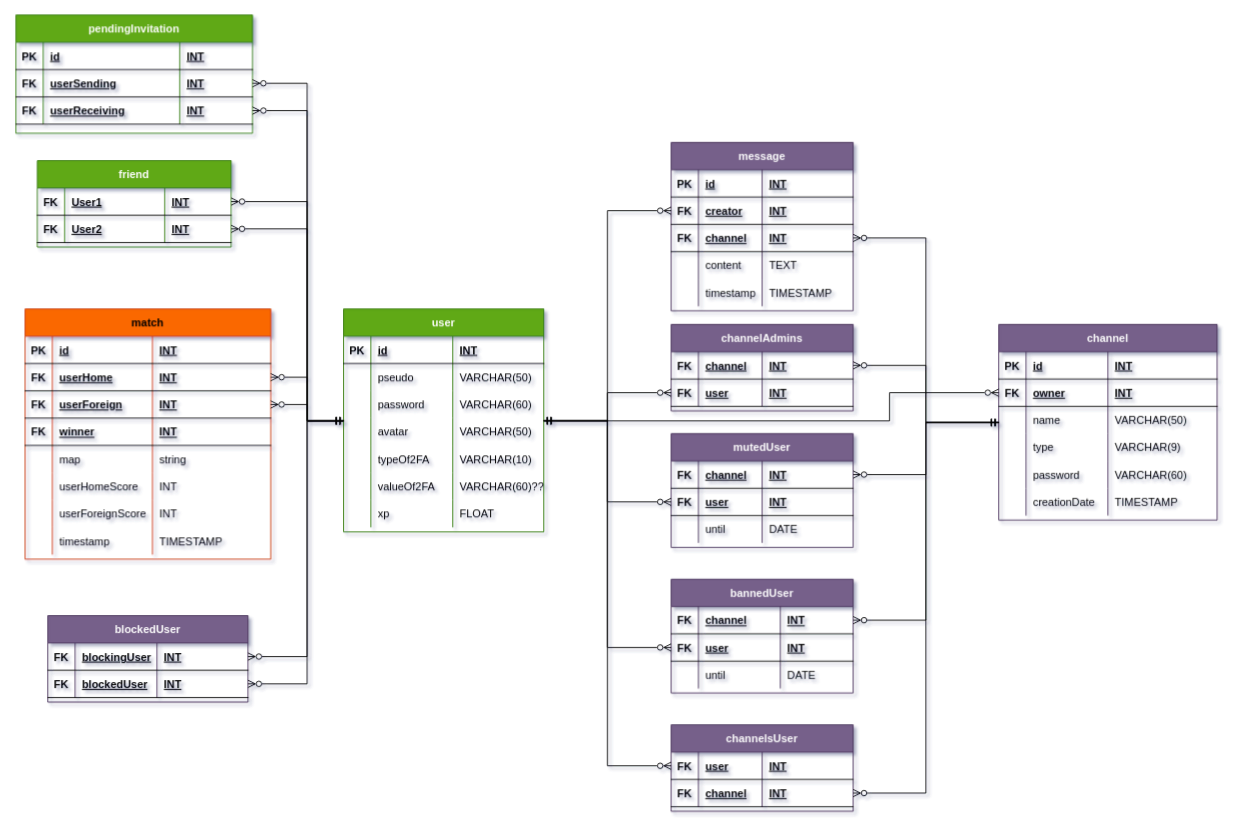
Before: docs/database.drawio in frdescam/transcendence, a draw.io diagram. Source tidied: cells renumbered, new cells numbered last; positions are measured from the earlier drawing's top-left corner, leaving out a move shared by most shapes. Both pictures are drawn from the tidied source at 91%, with x=0, y=0 at pixel (15, 15).
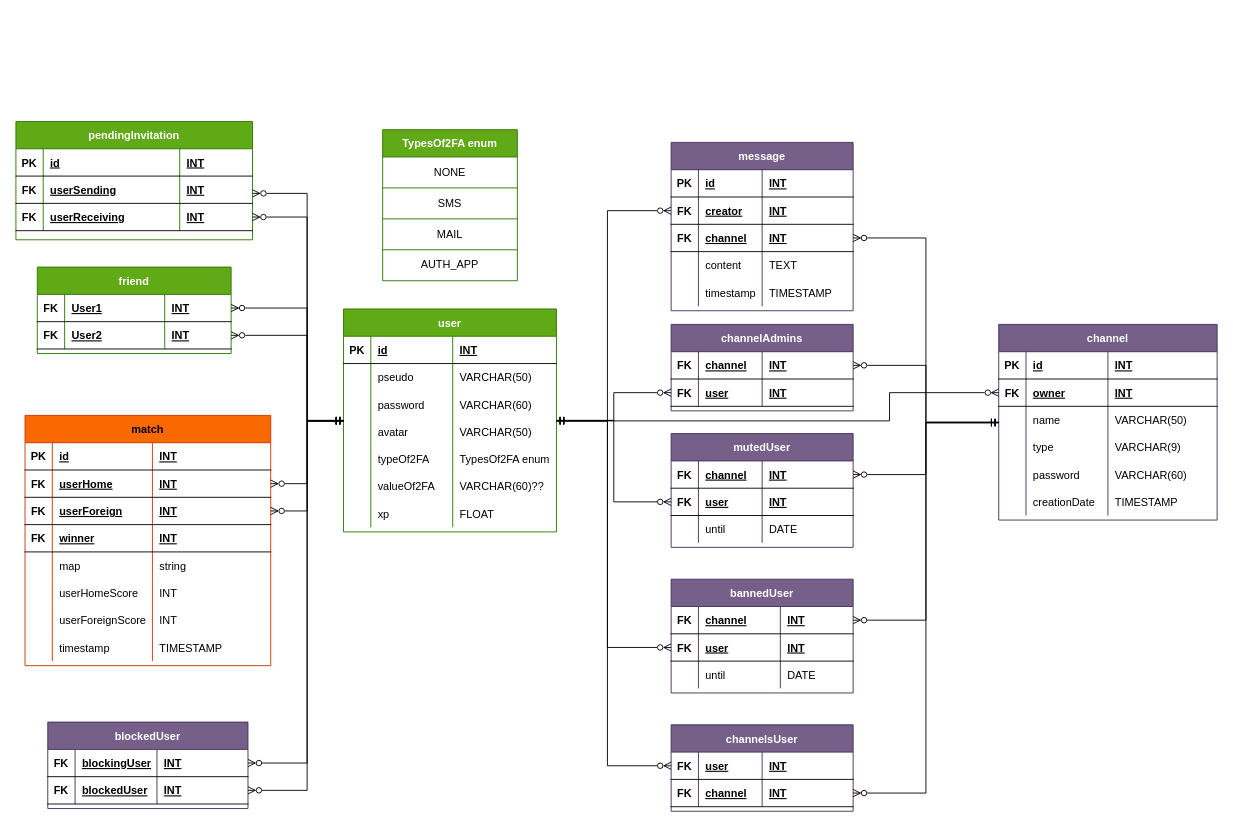
After the change.

The change refers to these unchanged cells:
```xml
<mxCell id="120" style="shape=partialRectangle;fillColor=none;top=0;left=0;bottom=1;right=0;points=[[0,0.5],[1,0.5]];portConstraint=eastwest;rounded=0;" parent="119" vertex="1">
  <mxGeometry y="30" width="220" height="30" as="geometry" />
</mxCell>
<mxCell id="124" style="shape=partialRectangle;fillColor=none;top=0;left=0;bottom=1;right=0;points=[[0,0.5],[1,0.5]];portConstraint=eastwest;rounded=0;" parent="119" vertex="1">
  <mxGeometry y="60" width="220" height="30" as="geometry" />
</mxCell>
<mxCell id="129" style="shape=partialRectangle;fillColor=none;top=0;left=0;bottom=1;right=0;points=[[0,0.5],[1,0.5]];portConstraint=eastwest;rounded=0;" parent="128" vertex="1">
  <mxGeometry y="30" width="213" height="30" as="geometry" />
</mxCell>
<mxCell id="133" style="shape=partialRectangle;fillColor=none;top=0;left=0;bottom=1;right=0;points=[[0,0.5],[1,0.5]];portConstraint=eastwest;rounded=0;" parent="128" vertex="1">
  <mxGeometry y="60" width="213" height="30" as="geometry" />
</mxCell>
<mxCell id="177" style="shape=partialRectangle;fillColor=none;top=0;left=0;bottom=1;right=0;points=[[0,0.5],[1,0.5]];portConstraint=eastwest;rounded=0;" parent="172" vertex="1">
  <mxGeometry y="60" width="260" height="30" as="geometry" />
</mxCell>
<mxCell id="181" style="shape=partialRectangle;fillColor=none;top=0;left=0;bottom=1;right=0;points=[[0,0.5],[1,0.5]];portConstraint=eastwest;rounded=0;" parent="172" vertex="1">
  <mxGeometry y="90" width="260" height="30" as="geometry" />
</mxCell>
```

Change to the diagram source:
```diff
@@
-<mxGraphModel shadow="1">
+<mxGraphModel>
@@
     <mxCell id="2" value="user" style="shape=table;startSize=30;childLayout=tableLayout;rowLines=0;fontStyle=1;align=center;fillColor=#60a917;fontColor=#ffffff;strokeColor=#2D7600;rounded=0;" parent="1" vertex="1">
-      <mxGeometry x="360" y="323" width="220" height="245" as="geometry" />
+      <mxGeometry x="360" y="323" width="234" height="245" as="geometry" />
     </mxCell>
     <mxCell id="3" style="shape=partialRectangle;fillColor=none;top=0;left=0;bottom=1;right=0;rounded=0;" parent="2" vertex="1">
-      <mxGeometry y="30" width="220" height="30" as="geometry" />
+      <mxGeometry y="30" width="234" height="30" as="geometry" />
     </mxCell>
@@
     <mxCell id="6" value="INT" style="shape=partialRectangle;fillColor=none;top=0;left=0;bottom=0;right=0;align=left;spacingLeft=6;fontStyle=5;overflow=hidden;rounded=0;" parent="3" vertex="1">
-      <mxGeometry x="120" width="100" height="30" as="geometry" />
+      <mxGeometry x="120" width="114" height="30" as="geometry" />
     </mxCell>
     <mxCell id="7" style="shape=partialRectangle;fillColor=none;top=0;left=0;bottom=0;right=0;rounded=0;" parent="2" vertex="1">
-      <mxGeometry y="60" width="220" height="30" as="geometry" />
+      <mxGeometry y="60" width="234" height="30" as="geometry" />
     </mxCell>
@@
     <mxCell id="10" value="VARCHAR(50)" style="shape=partialRectangle;fillColor=none;top=0;left=0;bottom=0;right=0;align=left;spacingLeft=6;overflow=hidden;rounded=0;" parent="7" vertex="1">
-      <mxGeometry x="120" width="100" height="30" as="geometry" />
+      <mxGeometry x="120" width="114" height="30" as="geometry" />
     </mxCell>
     <mxCell id="11" style="shape=partialRectangle;fillColor=none;top=0;left=0;bottom=0;right=0;rounded=0;" parent="2" vertex="1">
-      <mxGeometry y="90" width="220" height="30" as="geometry" />
+      <mxGeometry y="90" width="234" height="30" as="geometry" />
     </mxCell>
@@
     <mxCell id="14" value="VARCHAR(60)" style="shape=partialRectangle;fillColor=none;top=0;left=0;bottom=0;right=0;align=left;spacingLeft=6;overflow=hidden;rounded=0;" parent="11" vertex="1">
-      <mxGeometry x="120" width="100" height="30" as="geometry" />
+      <mxGeometry x="120" width="114" height="30" as="geometry" />
     </mxCell>
     <mxCell id="15" style="shape=partialRectangle;fillColor=none;top=0;left=0;bottom=0;right=0;rounded=0;" parent="2" vertex="1">
-      <mxGeometry y="120" width="220" height="30" as="geometry" />
+      <mxGeometry y="120" width="234" height="30" as="geometry" />
     </mxCell>
@@
     <mxCell id="18" value="VARCHAR(50)" style="shape=partialRectangle;fillColor=none;top=0;left=0;bottom=0;right=0;align=left;spacingLeft=6;overflow=hidden;rounded=0;" parent="15" vertex="1">
-      <mxGeometry x="120" width="100" height="30" as="geometry" />
+      <mxGeometry x="120" width="114" height="30" as="geometry" />
     </mxCell>
     <mxCell id="19" style="shape=partialRectangle;fillColor=none;top=0;left=0;bottom=0;right=0;rounded=0;" parent="2" vertex="1">
-      <mxGeometry y="150" width="220" height="30" as="geometry" />
+      <mxGeometry y="150" width="234" height="30" as="geometry" />
     </mxCell>
@@
-    <mxCell id="22" value="VARCHAR(10)" style="shape=partialRectangle;fillColor=none;top=0;left=0;bottom=0;right=0;align=left;spacingLeft=6;overflow=hidden;rounded=0;" parent="19" vertex="1">
-      <mxGeometry x="120" width="100" height="30" as="geometry" />
+    <mxCell id="22" value="TypesOf2FA enum" style="shape=partialRectangle;fillColor=none;top=0;left=0;bottom=0;right=0;align=left;spacingLeft=6;overflow=hidden;rounded=0;" parent="19" vertex="1">
+      <mxGeometry x="120" width="114" height="30" as="geometry" />
     </mxCell>
     <mxCell id="23" style="shape=partialRectangle;fillColor=none;top=0;left=0;bottom=0;right=0;rounded=0;" parent="2" vertex="1">
-      <mxGeometry y="180" width="220" height="30" as="geometry" />
+      <mxGeometry y="180" width="234" height="30" as="geometry" />
     </mxCell>
@@
     <mxCell id="26" value="VARCHAR(60)??" style="shape=partialRectangle;fillColor=none;top=0;left=0;bottom=0;right=0;align=left;spacingLeft=6;overflow=hidden;rounded=0;" parent="23" vertex="1">
-      <mxGeometry x="120" width="100" height="30" as="geometry" />
+      <mxGeometry x="120" width="114" height="30" as="geometry" />
     </mxCell>
     <mxCell id="27" style="shape=partialRectangle;fillColor=none;top=0;left=0;bottom=0;right=0;rounded=0;" parent="2" vertex="1">
-      <mxGeometry y="210" width="220" height="30" as="geometry" />
+      <mxGeometry y="210" width="234" height="30" as="geometry" />
     </mxCell>
@@
     <mxCell id="30" value="FLOAT" style="shape=partialRectangle;fillColor=none;top=0;left=0;bottom=0;right=0;align=left;spacingLeft=6;overflow=hidden;rounded=0;" parent="27" vertex="1">
-      <mxGeometry x="120" width="100" height="30" as="geometry" />
+      <mxGeometry x="120" width="114" height="30" as="geometry" />
     </mxCell>
@@
     <mxCell id="86" value="match" style="shape=table;startSize=30;childLayout=tableLayout;rowLines=0;fontStyle=1;align=center;fillColor=#fa6800;fontColor=#000000;strokeColor=#C73500;rounded=0;" parent="1" vertex="1">
-      <mxGeometry x="10" y="323" width="270" height="275" as="geometry" />
+      <mxGeometry x="10" y="440" width="270" height="275" as="geometry" />
     </mxCell>
@@
     <mxCell id="119" value="blockedUser" style="shape=table;startSize=30;childLayout=tableLayout;rowLines=0;fontStyle=1;align=center;fillColor=#76608a;fontColor=#ffffff;strokeColor=#432D57;rounded=0;" parent="1" vertex="1">
-      <mxGeometry x="35" y="660" width="220" height="95" as="geometry" />
+      <mxGeometry x="35" y="777" width="220" height="95" as="geometry" />
     </mxCell>
@@
     <mxCell id="128" value="friend" style="shape=table;startSize=30;childLayout=tableLayout;rowLines=0;fontStyle=1;align=center;fillColor=#60a917;fontColor=#ffffff;strokeColor=#2D7600;rounded=0;" parent="1" vertex="1">
-      <mxGeometry x="23.5" y="160" width="213" height="95" as="geometry" />
+      <mxGeometry x="23.5" y="277" width="213" height="95" as="geometry" />
     </mxCell>
@@
     <mxCell id="172" value="pendingInvitation" style="shape=table;startSize=30;childLayout=tableLayout;rowLines=0;fontStyle=1;align=center;fillColor=#60a917;fontColor=#ffffff;strokeColor=#2D7600;rounded=0;" parent="1" vertex="1">
-      <mxGeometry width="260" height="130" as="geometry" />
+      <mxGeometry y="117" width="260" height="130" as="geometry" />
     </mxCell>
@@
     <mxCell id="185" style="edgeStyle=orthogonalEdgeStyle;jettySize=auto;html=1;startArrow=ERzeroToMany;startFill=0;endArrow=ERmandOne;endFill=0;rounded=0;" parent="1" edge="1" source="177" target="2">
       <mxGeometry relative="1" as="geometry">
         <Array as="points">
-          <mxPoint x="320" y="75" />
+          <mxPoint x="320" y="196" />
           <mxPoint x="320" y="446" />
         </Array>
       </mxGeometry>
     </mxCell>
     <mxCell id="186" style="edgeStyle=orthogonalEdgeStyle;rounded=0;jettySize=auto;html=1;startArrow=ERzeroToMany;startFill=0;endArrow=ERmandOne;endFill=0;" parent="1" edge="1" source="181" target="2">
       <mxGeometry relative="1" as="geometry">
         <Array as="points">
-          <mxPoint x="320" y="105" />
+          <mxPoint x="320" y="222" />
           <mxPoint x="320" y="446" />
         </Array>
       </mxGeometry>
     </mxCell>
@@
     <mxCell id="189" style="edgeStyle=orthogonalEdgeStyle;rounded=0;jettySize=auto;html=1;exitX=1;exitY=0.5;exitDx=0;exitDy=0;startArrow=ERzeroToMany;startFill=0;endArrow=ERmandOne;endFill=0;" parent="1" edge="1" source="129" target="2">
       <mxGeometry relative="1" as="geometry">
         <Array as="points">
-          <mxPoint x="320" y="205" />
+          <mxPoint x="320" y="322" />
           <mxPoint x="320" y="446" />
         </Array>
       </mxGeometry>
     </mxCell>
     <mxCell id="190" style="edgeStyle=orthogonalEdgeStyle;rounded=0;jettySize=auto;html=1;exitX=1;exitY=0.5;exitDx=0;exitDy=0;startArrow=ERzeroToMany;startFill=0;endArrow=ERmandOne;endFill=0;" parent="1" edge="1" source="133" target="2">
       <mxGeometry relative="1" as="geometry">
         <Array as="points">
-          <mxPoint x="320" y="235" />
+          <mxPoint x="320" y="352" />
           <mxPoint x="320" y="446" />
         </Array>
       </mxGeometry>
     </mxCell>
@@
     <mxCell id="202" style="edgeStyle=orthogonalEdgeStyle;rounded=0;jettySize=auto;html=1;exitX=1;exitY=0.5;exitDx=0;exitDy=0;startArrow=ERzeroToMany;startFill=0;endArrow=ERmandOne;endFill=0;" parent="1" edge="1" source="120" target="2">
       <mxGeometry relative="1" as="geometry">
         <Array as="points">
-          <mxPoint x="320" y="705" />
+          <mxPoint x="320" y="822" />
           <mxPoint x="320" y="446" />
         </Array>
       </mxGeometry>
     </mxCell>
     <mxCell id="203" style="edgeStyle=orthogonalEdgeStyle;rounded=0;jettySize=auto;html=1;exitX=1;exitY=0.5;exitDx=0;exitDy=0;startArrow=ERzeroToMany;startFill=0;endArrow=ERmandOne;endFill=0;" parent="1" edge="1" source="124" target="2">
       <mxGeometry relative="1" as="geometry">
         <Array as="points">
-          <mxPoint x="320" y="735" />
+          <mxPoint x="320" y="852" />
           <mxPoint x="320" y="446" />
         </Array>
       </mxGeometry>
     </mxCell>
+    <mxCell id="204" value="TypesOf2FA enum" style="shape=table;startSize=30;childLayout=tableLayout;fontStyle=1;align=center;fillColor=#60a917;fontColor=#ffffff;strokeColor=#2D7600;" parent="1" vertex="1">
+      <mxGeometry x="403" y="126" width="148" height="166" as="geometry" />
+    </mxCell>
+    <mxCell id="205" style="shape=tableRow;horizontal=0;startSize=0;swimlaneHead=0;swimlaneBody=0;top=0;left=0;bottom=0;right=0;fillColor=none;" parent="204" vertex="1">
+      <mxGeometry y="30" width="148" height="34" as="geometry" />
+    </mxCell>
+    <mxCell id="206" value="NONE" style="shape=partialRectangle;html=1;whiteSpace=wrap;fillColor=none;top=0;left=0;bottom=0;right=0;overflow=hidden;" parent="205" vertex="1">
+      <mxGeometry width="148" height="34" as="geometry" />
+    </mxCell>
+    <mxCell id="207" style="shape=tableRow;horizontal=0;startSize=0;swimlaneHead=0;swimlaneBody=0;top=0;left=0;bottom=0;right=0;fillColor=none;" parent="204" vertex="1">
+      <mxGeometry y="64" width="148" height="34" as="geometry" />
+    </mxCell>
+    <mxCell id="208" value="SMS" style="shape=partialRectangle;html=1;whiteSpace=wrap;fillColor=none;top=0;left=0;bottom=0;right=0;overflow=hidden;" parent="207" vertex="1">
+      <mxGeometry width="148" height="34" as="geometry" />
+    </mxCell>
+    <mxCell id="209" style="shape=tableRow;horizontal=0;startSize=0;swimlaneHead=0;swimlaneBody=0;top=0;left=0;bottom=0;right=0;fillColor=none;" parent="204" vertex="1">
+      <mxGeometry y="98" width="148" height="34" as="geometry" />
+    </mxCell>
+    <mxCell id="210" value="MAIL" style="shape=partialRectangle;html=1;whiteSpace=wrap;fillColor=none;top=0;left=0;bottom=0;right=0;overflow=hidden;" parent="209" vertex="1">
+      <mxGeometry width="148" height="34" as="geometry" />
+    </mxCell>
+    <mxCell id="211" style="shape=tableRow;horizontal=0;startSize=0;swimlaneHead=0;swimlaneBody=0;top=0;left=0;bottom=0;right=0;fillColor=none;" parent="204" vertex="1">
+      <mxGeometry y="132" width="148" height="34" as="geometry" />
+    </mxCell>
+    <mxCell id="212" value="AUTH_APP" style="shape=partialRectangle;html=1;whiteSpace=wrap;fillColor=none;top=0;left=0;bottom=0;right=0;overflow=hidden;" parent="211" vertex="1">
+      <mxGeometry width="148" height="34" as="geometry" />
+    </mxCell>
```
